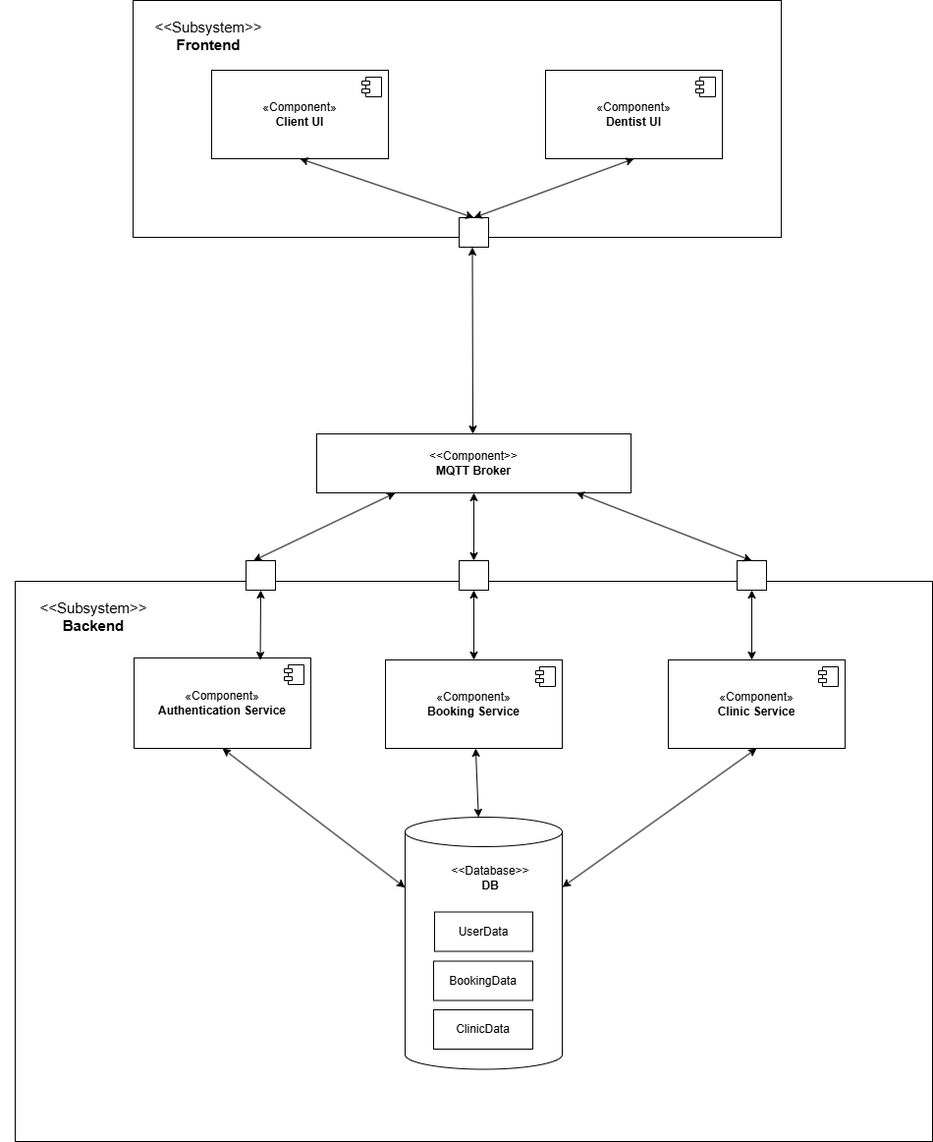
Earlier version of the draw.io export docs/architecture/component-diagram.png (renney-11/pearl-fix). Source tidied: cells renumbered, new cells last; positions are measured from the earlier drawing's top-left corner, leaving out a move shared by most shapes.
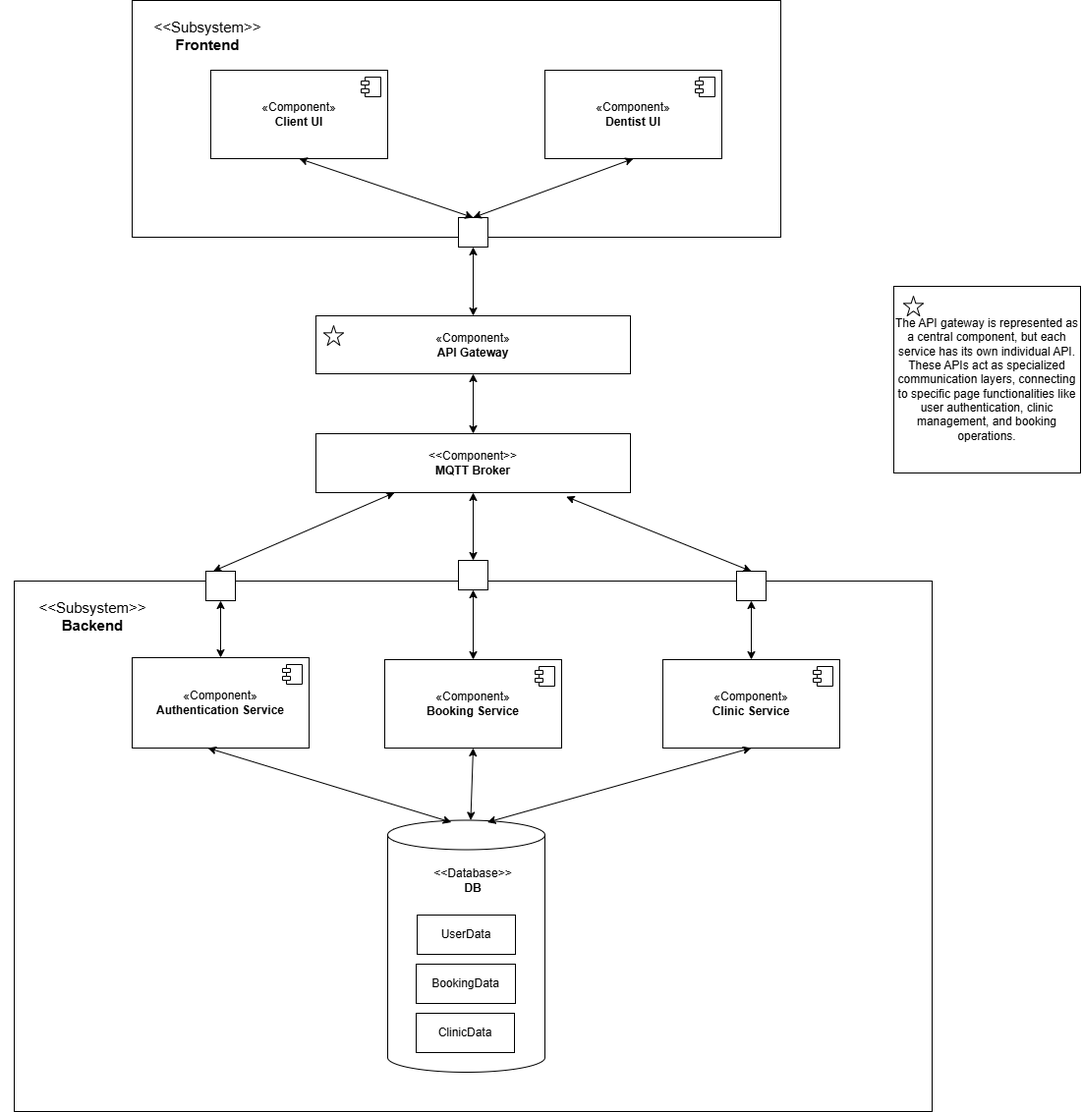
The same diagram one commit later.

Diff of the diagram source:
```diff
@@ -3,7 +3,7 @@
     <mxCell id="0" />
     <mxCell id="1" parent="0" />
     <mxCell id="2" style="rounded=0;whiteSpace=wrap;html=1;" parent="1" vertex="1">
-      <mxGeometry x="15" y="591" width="934" height="570" as="geometry" />
+      <mxGeometry x="15" y="591" width="934" height="540" as="geometry" />
     </mxCell>
     <mxCell id="3" style="rounded=0;whiteSpace=wrap;html=1;" parent="1" vertex="1">
       <mxGeometry x="135" width="660" height="241" as="geometry" />
@@ -27,6 +27,17 @@
         <mxPoint x="-27" y="7" as="offset" />
       </mxGeometry>
     </mxCell>
+    <mxCell id="40" value="&lt;div&gt;«Component»&lt;br&gt;&lt;/div&gt;&lt;b&gt;API Gateway&lt;/b&gt;" style="rounded=0;whiteSpace=wrap;html=1;" parent="1" vertex="1">
+      <mxGeometry x="322" y="321" width="320" height="59" as="geometry" />
+    </mxCell>
+    <mxCell id="35" value="«Component»&lt;br&gt;&lt;b&gt;Authentication Service&lt;/b&gt;" style="html=1;whiteSpace=wrap;" parent="1" vertex="1">
+      <mxGeometry x="135" y="669" width="180" height="92" as="geometry" />
+    </mxCell>
+    <mxCell id="36" style="shape=module;jettyWidth=8;jettyHeight=4;" parent="35" vertex="1">
+      <mxGeometry x="1" width="20" height="20" relative="1" as="geometry">
+        <mxPoint x="-27" y="7" as="offset" />
+      </mxGeometry>
+    </mxCell>
     <mxCell id="9" value="«Component»&lt;br&gt;&lt;b&gt;Booking Service&lt;/b&gt;" style="html=1;whiteSpace=wrap;" parent="1" vertex="1">
       <mxGeometry x="392" y="671" width="180" height="90" as="geometry" />
     </mxCell>
@@ -35,6 +46,14 @@
         <mxPoint x="-27" y="7" as="offset" />
       </mxGeometry>
     </mxCell>
+    <mxCell id="31" value="«Component»&lt;br&gt;&lt;b&gt;Clinic Service&lt;/b&gt;" style="html=1;whiteSpace=wrap;" parent="1" vertex="1">
+      <mxGeometry x="675" y="671" width="180" height="90" as="geometry" />
+    </mxCell>
+    <mxCell id="41" style="shape=module;jettyWidth=8;jettyHeight=4;" parent="31" vertex="1">
+      <mxGeometry x="1" width="20" height="20" relative="1" as="geometry">
+        <mxPoint x="-27" y="7" as="offset" />
+      </mxGeometry>
+    </mxCell>
     <mxCell id="11" style="edgeStyle=orthogonalEdgeStyle;rounded=0;orthogonalLoop=1;jettySize=auto;html=1;exitX=0.5;exitY=1;exitDx=0;exitDy=0;" parent="1" edge="1" source="3" target="3">
       <mxGeometry relative="1" as="geometry" />
     </mxCell>
@@ -42,36 +61,49 @@
       <mxGeometry y="611.5" width="190" height="30" as="geometry" />
     </mxCell>
     <mxCell id="13" style="shape=cylinder3;whiteSpace=wrap;html=1;boundedLbl=1;backgroundOutline=1;size=15;" parent="1" vertex="1">
-      <mxGeometry x="412" y="831" width="160" height="256.5" as="geometry" />
+      <mxGeometry x="395" y="834.5" width="160" height="256.5" as="geometry" />
     </mxCell>
+    <mxCell id="42" style="endArrow=classic;startArrow=classic;html=1;rounded=0;entryX=0.428;entryY=1;entryDx=0;entryDy=0;entryPerimeter=0;exitX=0.405;exitY=0.008;exitDx=0;exitDy=0;exitPerimeter=0;" parent="1" edge="1" source="13" target="35">
+      <mxGeometry relative="1" as="geometry" />
+    </mxCell>
+    <mxCell id="39" style="endArrow=classic;startArrow=classic;html=1;rounded=0;entryX=0.5;entryY=1;entryDx=0;entryDy=0;exitX=0.634;exitY=0.008;exitDx=0;exitDy=0;exitPerimeter=0;" parent="1" edge="1" source="13" target="31">
+      <mxGeometry relative="1" as="geometry" />
+    </mxCell>
     <mxCell id="14" value="&amp;lt;&amp;lt;Component&amp;gt;&amp;gt;&lt;div&gt;&lt;b&gt;MQTT Broker&lt;/b&gt;&lt;/div&gt;" style="rounded=0;whiteSpace=wrap;html=1;" parent="1" vertex="1">
       <mxGeometry x="322" y="441" width="320" height="60" as="geometry" />
     </mxCell>
     <mxCell id="15" value="&#10;" style="fontStyle=0;labelPosition=right;verticalLabelPosition=middle;align=left;verticalAlign=middle;spacingLeft=2;" parent="1" vertex="1">
-      <mxGeometry x="250" y="570" width="30" height="30" as="geometry" />
+      <mxGeometry x="210" y="581" width="30" height="30" as="geometry" />
     </mxCell>
     <mxCell id="16" value="UserData" style="rounded=0;whiteSpace=wrap;html=1;" parent="1" vertex="1">
-      <mxGeometry x="442" y="927.5" width="100" height="40" as="geometry" />
+      <mxGeometry x="425" y="931" width="100" height="40" as="geometry" />
     </mxCell>
     <mxCell id="17" value="BookingData" style="rounded=0;whiteSpace=wrap;html=1;" parent="1" vertex="1">
-      <mxGeometry x="441" y="977.5" width="101" height="40" as="geometry" />
+      <mxGeometry x="424" y="981" width="101" height="40" as="geometry" />
     </mxCell>
+    <mxCell id="30" value="ClinicData" style="rounded=0;whiteSpace=wrap;html=1;" parent="1" vertex="1">
+      <mxGeometry x="424" y="1031" width="100" height="40" as="geometry" />
+    </mxCell>
     <mxCell id="18" value="&amp;lt;&amp;lt;Database&amp;gt;&amp;gt;&lt;div&gt;&lt;b&gt;DB&lt;/b&gt;&lt;/div&gt;" style="text;html=1;align=center;verticalAlign=middle;whiteSpace=wrap;rounded=0;" parent="1" vertex="1">
-      <mxGeometry x="469" y="877.5" width="60" height="30" as="geometry" />
+      <mxGeometry x="452" y="881" width="60" height="30" as="geometry" />
     </mxCell>
     <mxCell id="19" value="&#10;" style="fontStyle=0;labelPosition=right;verticalLabelPosition=middle;align=left;verticalAlign=middle;spacingLeft=2;" parent="1" vertex="1">
       <mxGeometry x="467" y="570" width="30" height="30" as="geometry" />
     </mxCell>
     <mxCell id="20" value="&#10;" style="fontStyle=0;labelPosition=right;verticalLabelPosition=middle;align=left;verticalAlign=middle;spacingLeft=2;" parent="1" vertex="1">
-      <mxGeometry x="750" y="570" width="30" height="30" as="geometry" />
+      <mxGeometry x="750" y="581" width="30" height="30" as="geometry" />
     </mxCell>
+    <mxCell id="38" style="endArrow=classic;startArrow=classic;html=1;rounded=0;entryX=0.5;entryY=1;entryDx=0;entryDy=0;" parent="1" edge="1" source="13" target="9">
+      <mxGeometry relative="1" as="geometry" />
+    </mxCell>
+    <mxCell id="37" style="endArrow=classic;startArrow=classic;html=1;rounded=0;entryX=0.5;entryY=1;entryDx=0;entryDy=0;" parent="1" edge="1" source="35" target="15">
+      <mxGeometry relative="1" as="geometry" />
+    </mxCell>
     <mxCell id="21" style="endArrow=classic;startArrow=classic;html=1;rounded=0;entryX=0.5;entryY=1;entryDx=0;entryDy=0;" parent="1" edge="1" source="9" target="19">
       <mxGeometry relative="1" as="geometry" />
     </mxCell>
-    <mxCell id="22" style="endArrow=classic;startArrow=classic;html=1;rounded=0;entryX=0.5;entryY=1;entryDx=0;entryDy=0;" parent="1" edge="1" target="20">
-      <mxGeometry relative="1" as="geometry">
-        <mxPoint x="765" y="671" as="sourcePoint" />
-      </mxGeometry>
+    <mxCell id="22" style="endArrow=classic;startArrow=classic;html=1;rounded=0;entryX=0.5;entryY=1;entryDx=0;entryDy=0;" parent="1" edge="1" source="31" target="20">
+      <mxGeometry relative="1" as="geometry" />
     </mxCell>
     <mxCell id="23" style="endArrow=classic;startArrow=classic;html=1;rounded=0;entryX=0.25;entryY=1;entryDx=0;entryDy=0;exitX=0.25;exitY=0;exitDx=0;exitDy=0;" parent="1" edge="1" source="15" target="14">
       <mxGeometry relative="1" as="geometry" />
@@ -79,57 +111,32 @@
     <mxCell id="24" style="endArrow=classic;startArrow=classic;html=1;rounded=0;entryX=0.5;entryY=1;entryDx=0;entryDy=0;exitX=0.5;exitY=0;exitDx=0;exitDy=0;" parent="1" edge="1" source="19" target="14">
       <mxGeometry relative="1" as="geometry" />
     </mxCell>
-    <mxCell id="25" style="endArrow=classic;startArrow=classic;html=1;rounded=0;entryX=0.5;entryY=1;entryDx=0;entryDy=0;exitX=0;exitY=0;exitDx=0;exitDy=71.625;exitPerimeter=0;" parent="1" edge="1" source="13" target="35">
+    <mxCell id="25" style="endArrow=classic;startArrow=classic;html=1;rounded=0;entryX=0.796;entryY=1.069;entryDx=0;entryDy=0;entryPerimeter=0;exitX=0.5;exitY=0;exitDx=0;exitDy=0;" parent="1" edge="1" source="20" target="14">
       <mxGeometry relative="1" as="geometry" />
     </mxCell>
-    <mxCell id="26" style="endArrow=classic;startArrow=classic;html=1;rounded=0;entryX=0.25;entryY=1;entryDx=0;entryDy=0;" parent="1" edge="1">
-      <mxGeometry relative="1" as="geometry">
-        <mxPoint x="481" y="441" as="sourcePoint" />
-        <mxPoint x="480.5" y="251" as="targetPoint" />
-      </mxGeometry>
+    <mxCell id="26" style="endArrow=classic;startArrow=classic;html=1;rounded=0;entryX=0.5;entryY=1;entryDx=0;entryDy=0;exitX=0.5;exitY=0;exitDx=0;exitDy=0;" parent="1" edge="1" source="14" target="40">
+      <mxGeometry relative="1" as="geometry" />
     </mxCell>
     <mxCell id="27" value="&#10;" style="fontStyle=0;labelPosition=right;verticalLabelPosition=middle;align=left;verticalAlign=middle;spacingLeft=2;" parent="1" vertex="1">
       <mxGeometry x="467" y="221" width="30" height="30" as="geometry" />
     </mxCell>
+    <mxCell id="43" style="endArrow=classic;startArrow=classic;html=1;rounded=0;entryX=0.5;entryY=1;entryDx=0;entryDy=0;exitX=0.5;exitY=0;exitDx=0;exitDy=0;" parent="1" edge="1" source="40" target="27">
+      <mxGeometry relative="1" as="geometry" />
+    </mxCell>
     <mxCell id="28" style="endArrow=classic;startArrow=classic;html=1;rounded=0;entryX=0.5;entryY=1;entryDx=0;entryDy=0;exitX=0.5;exitY=0;exitDx=0;exitDy=0;" parent="1" edge="1" source="27" target="7">
       <mxGeometry relative="1" as="geometry" />
     </mxCell>
     <mxCell id="29" style="endArrow=classic;startArrow=classic;html=1;rounded=0;entryX=0.5;entryY=1;entryDx=0;entryDy=0;exitX=0.5;exitY=0;exitDx=0;exitDy=0;" parent="1" edge="1" source="27" target="5">
       <mxGeometry relative="1" as="geometry" />
     </mxCell>
-    <mxCell id="30" value="ClinicData" style="rounded=0;whiteSpace=wrap;html=1;" parent="1" vertex="1">
-      <mxGeometry x="441" y="1027" width="101" height="40" as="geometry" />
-    </mxCell>
-    <mxCell id="31" value="«Component»&lt;br&gt;&lt;b&gt;Clinic Service&lt;/b&gt;" style="html=1;whiteSpace=wrap;" parent="1" vertex="1">
-      <mxGeometry x="680" y="671" width="180" height="90" as="geometry" />
-    </mxCell>
-    <mxCell id="32" style="shape=module;jettyWidth=8;jettyHeight=4;" parent="31" vertex="1">
-      <mxGeometry x="1" width="20" height="20" relative="1" as="geometry">
-        <mxPoint x="-27" y="7" as="offset" />
-      </mxGeometry>
-    </mxCell>
-    <mxCell id="33" style="endArrow=classic;startArrow=classic;html=1;rounded=0;entryX=0.826;entryY=0.995;entryDx=0;entryDy=0;entryPerimeter=0;exitX=0.5;exitY=0;exitDx=0;exitDy=0;" parent="1" edge="1" source="20" target="14">
-      <mxGeometry relative="1" as="geometry" />
-    </mxCell>
-    <mxCell id="34" style="group;" parent="1" vertex="1">
-      <mxGeometry x="136" y="669" width="180" height="92" as="geometry" />
-    </mxCell>
-    <mxCell id="35" value="«Component»&lt;br&gt;&lt;b&gt;Authentication Service&lt;/b&gt;" style="html=1;whiteSpace=wrap;" parent="34" vertex="1">
-      <mxGeometry width="180" height="92" as="geometry" />
-    </mxCell>
-    <mxCell id="36" style="shape=module;jettyWidth=8;jettyHeight=4;" parent="35" vertex="1">
-      <mxGeometry x="1" width="20" height="20" relative="1" as="geometry">
-        <mxPoint x="-27" y="7" as="offset" />
-      </mxGeometry>
-    </mxCell>
-    <mxCell id="37" style="endArrow=classic;startArrow=classic;html=1;rounded=0;entryX=0.5;entryY=1;entryDx=0;entryDy=0;exitX=0.714;exitY=0.023;exitDx=0;exitDy=0;exitPerimeter=0;" parent="34" edge="1" source="35" target="15">
-      <mxGeometry relative="1" as="geometry" />
-    </mxCell>
-    <mxCell id="38" style="endArrow=classic;startArrow=classic;html=1;rounded=0;" parent="1" edge="1" source="13" target="9">
-      <mxGeometry relative="1" as="geometry" />
-    </mxCell>
-    <mxCell id="39" style="endArrow=classic;startArrow=classic;html=1;rounded=0;entryX=0.5;entryY=1;entryDx=0;entryDy=0;" parent="1" edge="1" source="13" target="31">
-      <mxGeometry relative="1" as="geometry" />
-    </mxCell>
+    <mxCell id="44" value="The API gateway is represented as a central component, but each service has its own individual API. These APIs act as specialized communication layers, connecting to specific page functionalities like user authentication, clinic management, and booking operations." style="rounded=0;whiteSpace=wrap;html=1;" parent="1" vertex="1">
+      <mxGeometry x="910" y="291" width="190" height="190" as="geometry" />
+    </mxCell>
+    <mxCell id="45" style="verticalLabelPosition=bottom;verticalAlign=top;html=1;shape=mxgraph.basic.star;" parent="1" vertex="1">
+      <mxGeometry x="330" y="331" width="20" height="20" as="geometry" />
+    </mxCell>
+    <mxCell id="46" style="verticalLabelPosition=bottom;verticalAlign=top;html=1;shape=mxgraph.basic.star;" parent="1" vertex="1">
+      <mxGeometry x="920" y="301" width="20" height="20" as="geometry" />
+    </mxCell>
   </root>
 </mxGraphModel>
```
